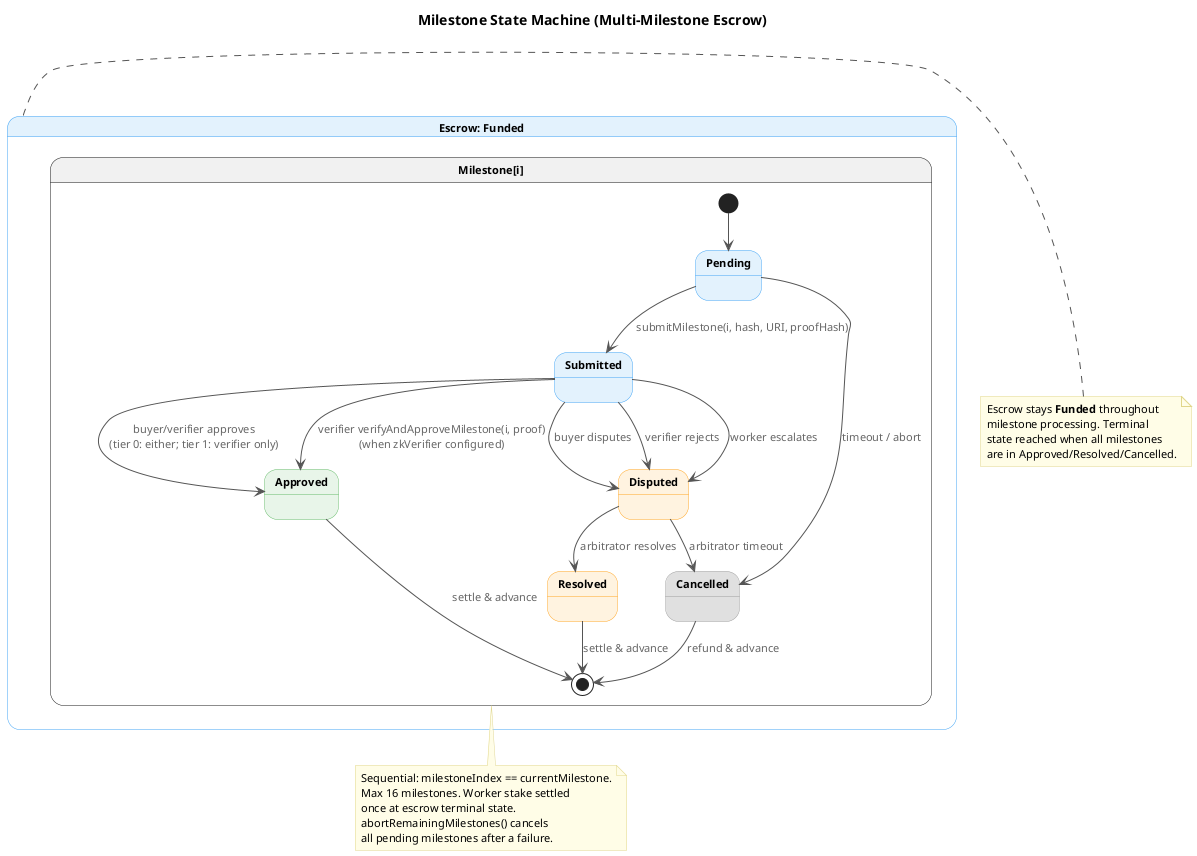
Earlier version of the PlantUML export docs/diagrams/milestone-state-machine.png (eddiefleurent/agent-escrow).
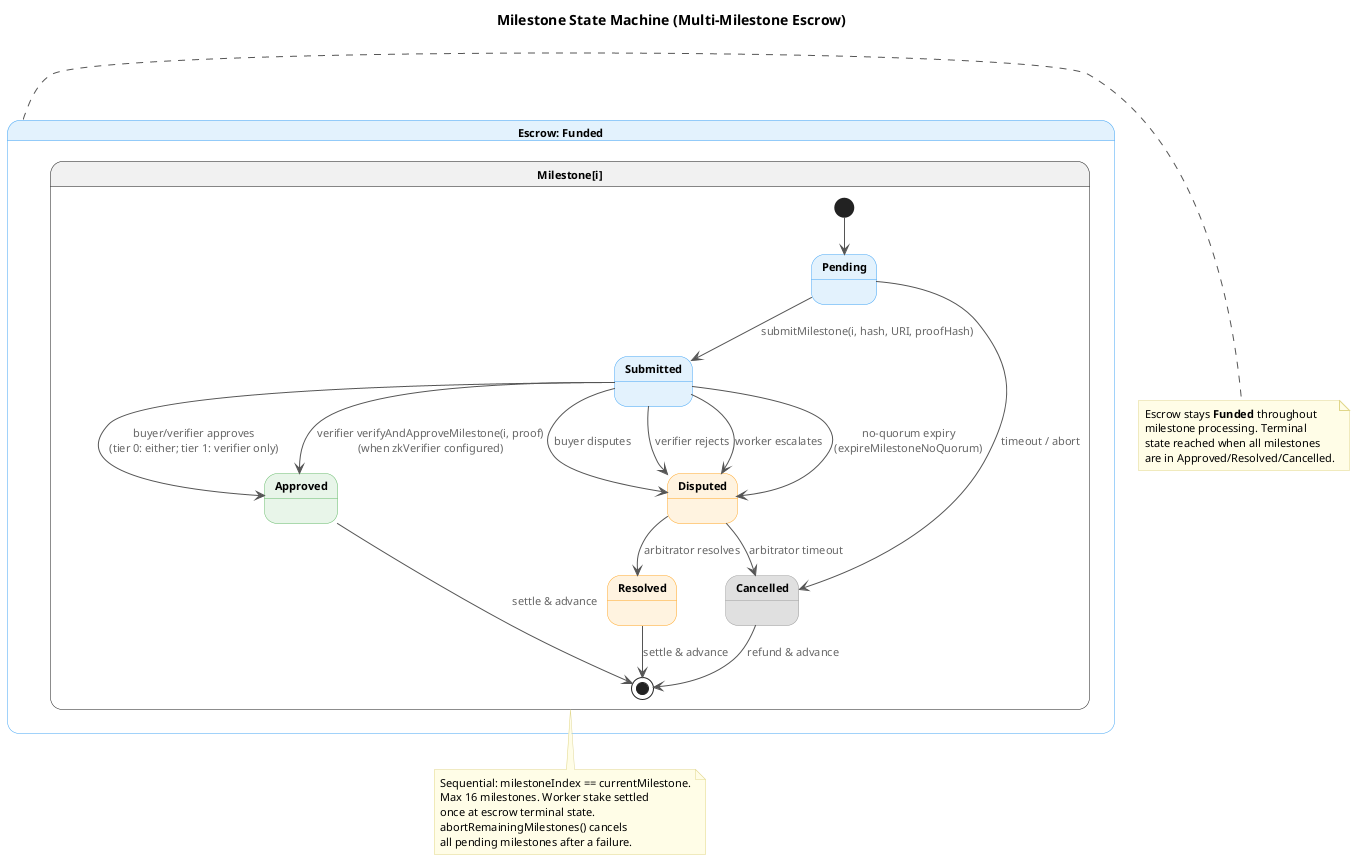
The same diagram one commit later.

Diff of the diagram source:
```diff
@@ -41,6 +41,7 @@
     MsSubmitted --> MsDisputed : buyer disputes
     MsSubmitted --> MsDisputed : verifier rejects
     MsSubmitted --> MsDisputed : worker escalates
+    MsSubmitted --> MsDisputed : no-quorum expiry\n(expireMilestoneNoQuorum)
 
     MsDisputed --> MsResolved : arbitrator resolves
     MsDisputed --> MsCancelled : arbitrator timeout
```
